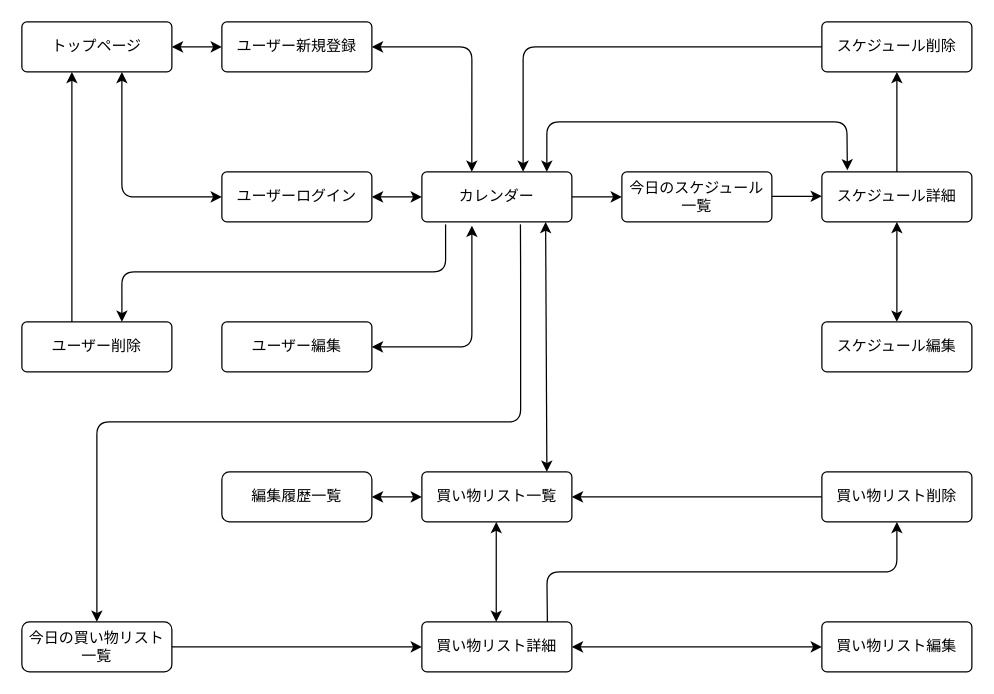
This is 画面遷移図.dio from wassyprince/shopping_days, a draw.io file, before an edit. Source tidied: cells renumbered, new cells numbered last; positions are measured from the earlier drawing's top-left corner, leaving out a move shared by most shapes. Both pictures are drawn from the tidied source at 125%, with x=0, y=0 at pixel (21, 21).
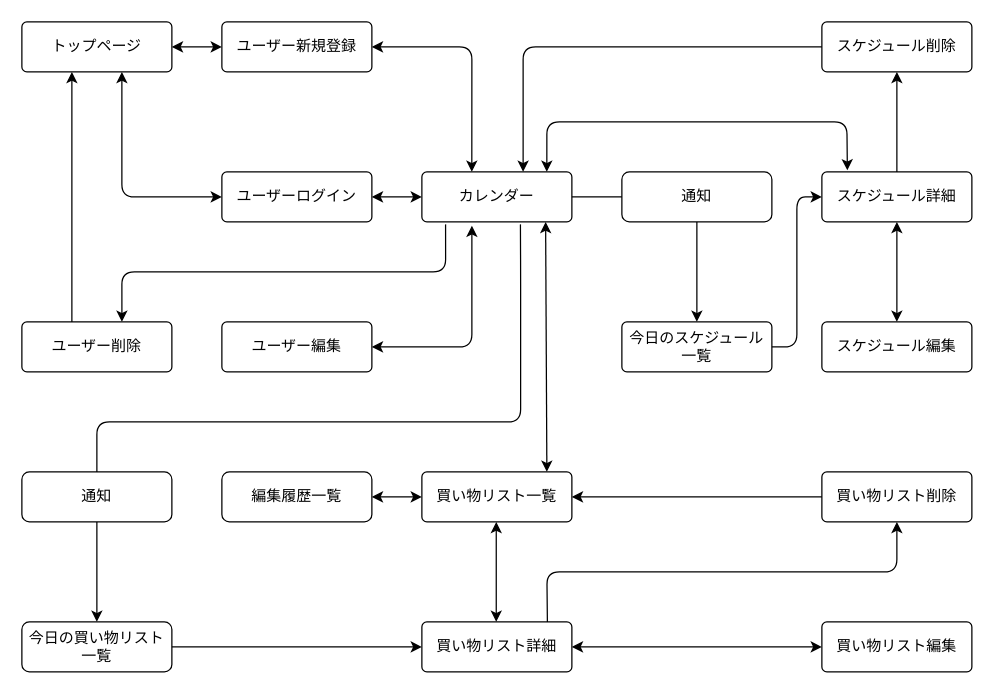
The same page after the edit.

Commit message (it also covers changes not shown here):
画面遷移図

Unchanged cells that the change refers to:
```xml
<mxCell id="2" value="スケジュール詳細" style="rounded=1;arcSize=10;whiteSpace=wrap;html=1;align=center;" parent="1" vertex="1">
  <mxGeometry x="640" y="120" width="120" height="40" as="geometry" />
</mxCell>
<mxCell id="4" value="カレンダー" style="rounded=1;arcSize=10;whiteSpace=wrap;html=1;align=center;" parent="1" vertex="1">
  <mxGeometry x="320" y="120" width="120" height="40" as="geometry" />
</mxCell>
```

Change to the diagram source:
```diff
@@
-    <mxCell id="37" style="edgeStyle=none;html=1;entryX=0;entryY=0.5;entryDx=0;entryDy=0;exitX=1;exitY=0.5;exitDx=0;exitDy=0;" parent="1" edge="1" source="4" target="38">
-      <mxGeometry relative="1" as="geometry" />
+    <mxCell id="37" style="edgeStyle=none;html=1;entryX=0.5;entryY=0;entryDx=0;entryDy=0;exitX=1;exitY=0.5;exitDx=0;exitDy=0;" parent="1" edge="1" source="4" target="38">
+      <mxGeometry relative="1" as="geometry">
+        <Array as="points">
+          <mxPoint x="480" y="140" />
+          <mxPoint x="540" y="140" />
+        </Array>
+      </mxGeometry>
     </mxCell>
     <mxCell id="38" value="今日のスケジュール一覧" style="rounded=1;arcSize=10;whiteSpace=wrap;html=1;align=center;" parent="1" vertex="1">
-      <mxGeometry x="480" y="120" width="120" height="40" as="geometry" />
+      <mxGeometry x="480" y="240" width="120" height="40" as="geometry" />
     </mxCell>
-    <mxCell id="39" style="endArrow=classic;html=1;entryX=0;entryY=0.5;entryDx=0;entryDy=0;exitX=1;exitY=0.5;exitDx=0;exitDy=0;" parent="1" edge="1">
+    <mxCell id="39" style="endArrow=classic;html=1;entryX=0;entryY=0.5;entryDx=0;entryDy=0;exitX=1;exitY=0.5;exitDx=0;exitDy=0;" parent="1" edge="1" source="38" target="2">
       <mxGeometry relative="1" as="geometry">
-        <mxPoint x="600" y="139.5" as="sourcePoint" />
-        <mxPoint x="640" y="139.5" as="targetPoint" />
         <Array as="points">
-          <mxPoint x="620" y="139.5" />
+          <mxPoint x="620" y="260" />
+          <mxPoint x="620" y="200" />
+          <mxPoint x="620" y="140" />
         </Array>
       </mxGeometry>
     </mxCell>
+    <mxCell id="40" value="通知" style="rounded=1;whiteSpace=wrap;html=1;" parent="1" vertex="1">
+      <mxGeometry y="360" width="120" height="40" as="geometry" />
+    </mxCell>
+    <mxCell id="41" value="通知" style="rounded=1;whiteSpace=wrap;html=1;" parent="1" vertex="1">
+      <mxGeometry x="480" y="120" width="120" height="40" as="geometry" />
+    </mxCell>
```
